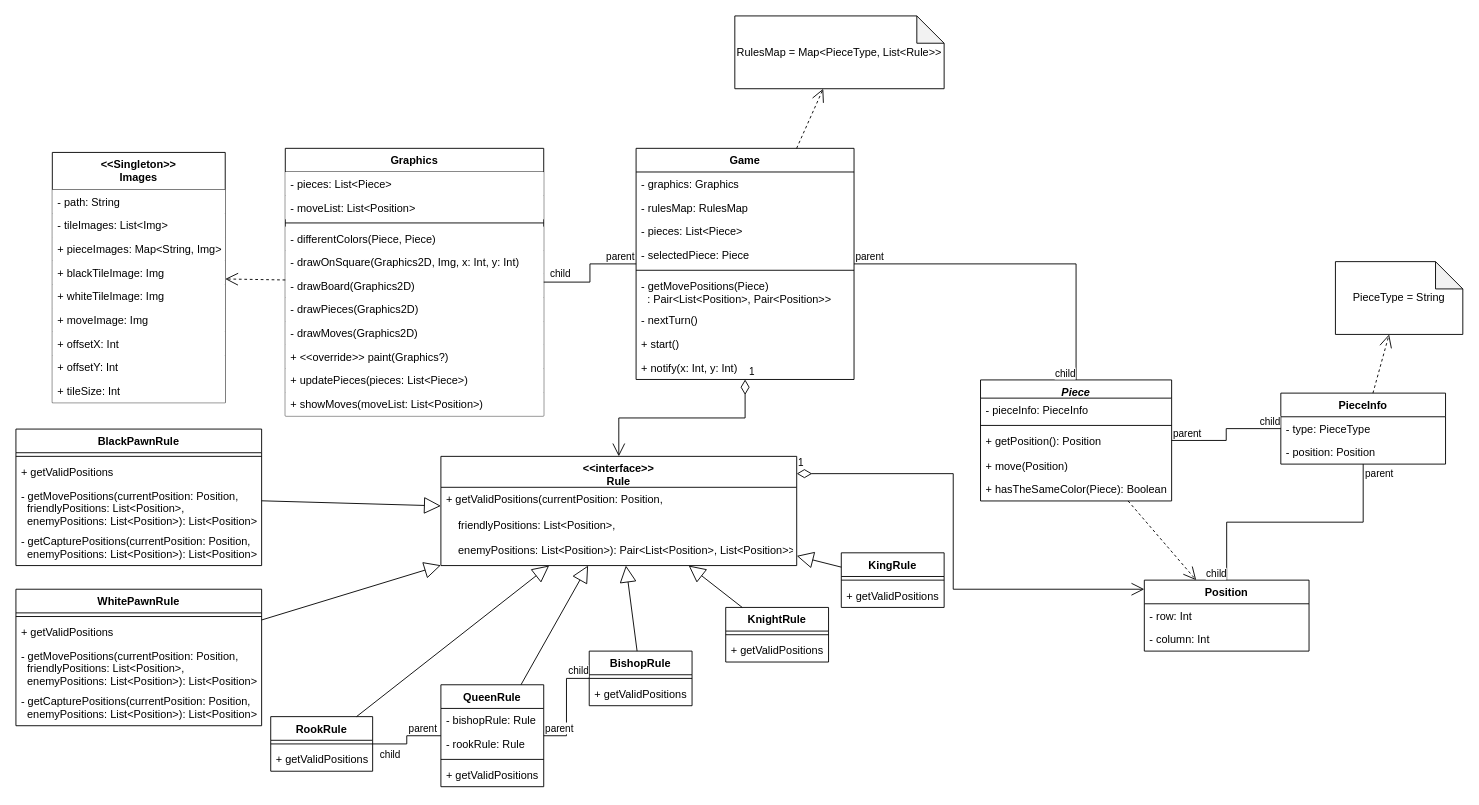
This is class.drawio from invo12/chess, a draw.io file, before an edit. Source tidied: cells renumbered, new cells numbered last; positions are measured from the earlier drawing's top-left corner, leaving out a move shared by most shapes. Both pictures are drawn from the tidied source at 91%, with x=0, y=0 at pixel (15, 15).
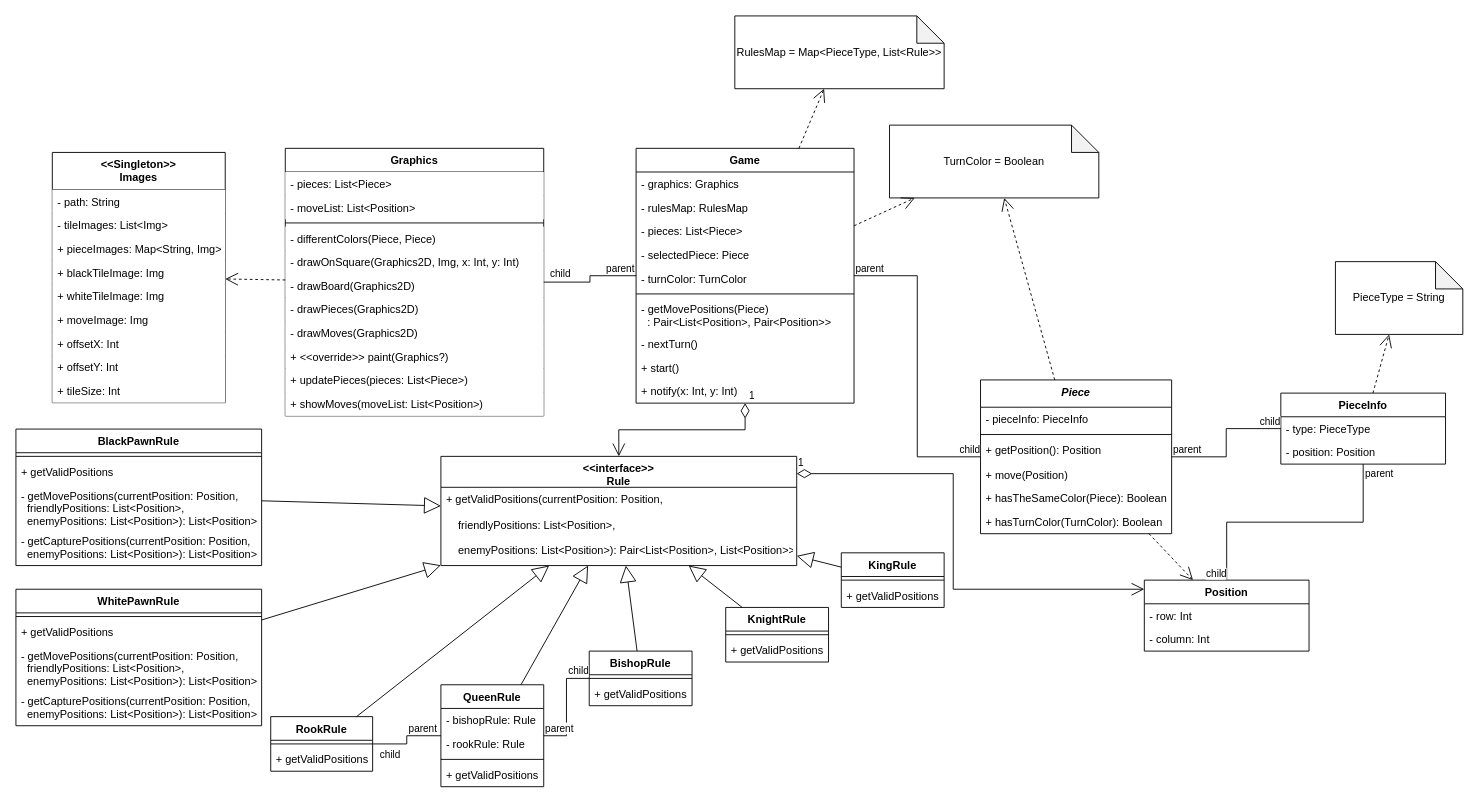
The same page after the edit.

The edit, as a diff of the source:
```diff
@@
-    <mxCell id="2" value="Piece" style="swimlane;fontStyle=3;align=center;verticalAlign=top;horizontal=1;startSize=20;" parent="1" vertex="1">
-      <mxGeometry x="1060" y="400" width="210" height="133" as="geometry" />
+    <mxCell id="2" value="Piece" style="swimlane;fontStyle=3;align=center;verticalAlign=top;horizontal=1;startSize=30;" parent="1" vertex="1">
+      <mxGeometry x="1060" y="400" width="210" height="169" as="geometry" />
     </mxCell>
     <mxCell id="3" value="- pieceInfo: PieceInfo" style="text;strokeColor=none;fillColor=none;align=left;verticalAlign=top;spacingLeft=4;spacingRight=4;overflow=hidden;" parent="2" vertex="1">
-      <mxGeometry y="20" width="210" height="26" as="geometry" />
+      <mxGeometry y="30" width="210" height="26" as="geometry" />
     </mxCell>
     <mxCell id="4" style="line;strokeWidth=1;fillColor=none;align=left;verticalAlign=middle;spacingTop=-1;spacingLeft=3;spacingRight=3;labelPosition=right;" parent="2" vertex="1">
-      <mxGeometry y="46" width="210" height="8" as="geometry" />
+      <mxGeometry y="56" width="210" height="8" as="geometry" />
     </mxCell>
     <mxCell id="5" value="+ getPosition(): Position" style="text;strokeColor=none;fillColor=none;align=left;verticalAlign=top;spacingLeft=4;spacingRight=4;overflow=hidden;fontStyle=0;" parent="2" vertex="1">
-      <mxGeometry y="54" width="210" height="27" as="geometry" />
+      <mxGeometry y="64" width="210" height="27" as="geometry" />
     </mxCell>
     <mxCell id="6" value="+ move(Position)" style="text;strokeColor=none;fillColor=none;align=left;verticalAlign=top;spacingLeft=4;spacingRight=4;overflow=hidden;fontStyle=0;" parent="2" vertex="1">
-      <mxGeometry y="81" width="210" height="26" as="geometry" />
+      <mxGeometry y="91" width="210" height="26" as="geometry" />
     </mxCell>
     <mxCell id="7" value="+ hasTheSameColor(Piece): Boolean" style="text;strokeColor=none;fillColor=none;align=left;verticalAlign=top;spacingLeft=4;spacingRight=4;overflow=hidden;fontStyle=0;" parent="2" vertex="1">
-      <mxGeometry y="107" width="210" height="26" as="geometry" />
+      <mxGeometry y="117" width="210" height="26" as="geometry" />
     </mxCell>
+    <mxCell id="108" value="+ hasTurnColor(TurnColor): Boolean" style="text;strokeColor=none;fillColor=none;align=left;verticalAlign=top;spacingLeft=4;spacingRight=4;overflow=hidden;fontStyle=0;" parent="2" vertex="1">
+      <mxGeometry y="143" width="210" height="26" as="geometry" />
+    </mxCell>
@@
     <mxCell id="30" value="Game" style="swimlane;fontStyle=1;align=center;verticalAlign=top;horizontal=1;startSize=26;fillColor=default;" parent="1" vertex="1">
-      <mxGeometry x="681.5" y="145.5" width="239.5" height="254" as="geometry" />
+      <mxGeometry x="681.5" y="145.5" width="239.5" height="280" as="geometry" />
     </mxCell>
@@
+    <mxCell id="109" value="- turnColor: TurnColor" style="text;strokeColor=none;fillColor=none;align=left;verticalAlign=top;spacingLeft=4;spacingRight=4;overflow=hidden;" parent="30" vertex="1">
+      <mxGeometry y="130" width="239.5" height="26" as="geometry" />
+    </mxCell>
     <mxCell id="35" style="line;strokeWidth=1;fillColor=none;align=left;verticalAlign=middle;spacingTop=-1;spacingLeft=3;spacingRight=3;labelPosition=right;" parent="30" vertex="1">
-      <mxGeometry y="130" width="239.5" height="8" as="geometry" />
+      <mxGeometry y="156" width="239.5" height="8" as="geometry" />
     </mxCell>
     <mxCell id="36" value="- getMovePositions(Piece)&#10;  : Pair&lt;List&lt;Position&gt;, Pair&lt;Position&gt;&gt;&#10;" style="text;strokeColor=none;fillColor=none;align=left;verticalAlign=top;spacingLeft=4;spacingRight=4;overflow=hidden;" parent="30" vertex="1">
-      <mxGeometry y="138" width="239.5" height="38" as="geometry" />
+      <mxGeometry y="164" width="239.5" height="38" as="geometry" />
     </mxCell>
     <mxCell id="37" value="- nextTurn()" style="text;strokeColor=none;fillColor=none;align=left;verticalAlign=top;spacingLeft=4;spacingRight=4;overflow=hidden;" parent="30" vertex="1">
-      <mxGeometry y="176" width="239.5" height="26" as="geometry" />
+      <mxGeometry y="202" width="239.5" height="26" as="geometry" />
     </mxCell>
     <mxCell id="38" value="+ start()" style="text;strokeColor=none;fillColor=none;align=left;verticalAlign=top;spacingLeft=4;spacingRight=4;overflow=hidden;" parent="30" vertex="1">
-      <mxGeometry y="202" width="239.5" height="26" as="geometry" />
+      <mxGeometry y="228" width="239.5" height="26" as="geometry" />
     </mxCell>
     <mxCell id="39" value="+ notify(x: Int, y: Int)" style="text;strokeColor=none;fillColor=none;align=left;verticalAlign=top;spacingLeft=4;spacingRight=4;overflow=hidden;" parent="30" vertex="1">
-      <mxGeometry y="228" width="239.5" height="26" as="geometry" />
+      <mxGeometry y="254" width="239.5" height="26" as="geometry" />
     </mxCell>
@@
+    <mxCell id="110" value="TurnColor = Boolean" style="shape=note;whiteSpace=wrap;html=1;backgroundOutline=1;darkOpacity=0.05;fillColor=default;" parent="1" vertex="1">
+      <mxGeometry x="960" y="120" width="230" height="80" as="geometry" />
+    </mxCell>
+    <mxCell id="111" style="endArrow=open;endSize=12;dashed=1;html=1;rounded=0;" parent="1" edge="1" source="30" target="110">
+      <mxGeometry relative="1" as="geometry" />
+    </mxCell>
+    <mxCell id="112" style="endArrow=open;endSize=12;dashed=1;html=1;rounded=0;" parent="1" edge="1" source="2" target="110">
+      <mxGeometry relative="1" as="geometry" />
+    </mxCell>
```
